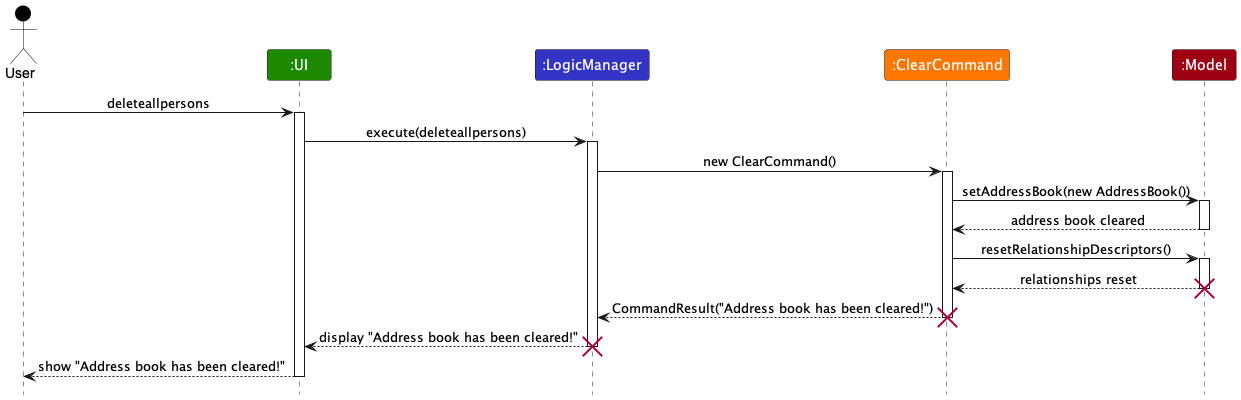
The PlantUML diagram docs/images/ClearSequenceDiagram.png in Emberlynn-Loo/tp, before a commit.
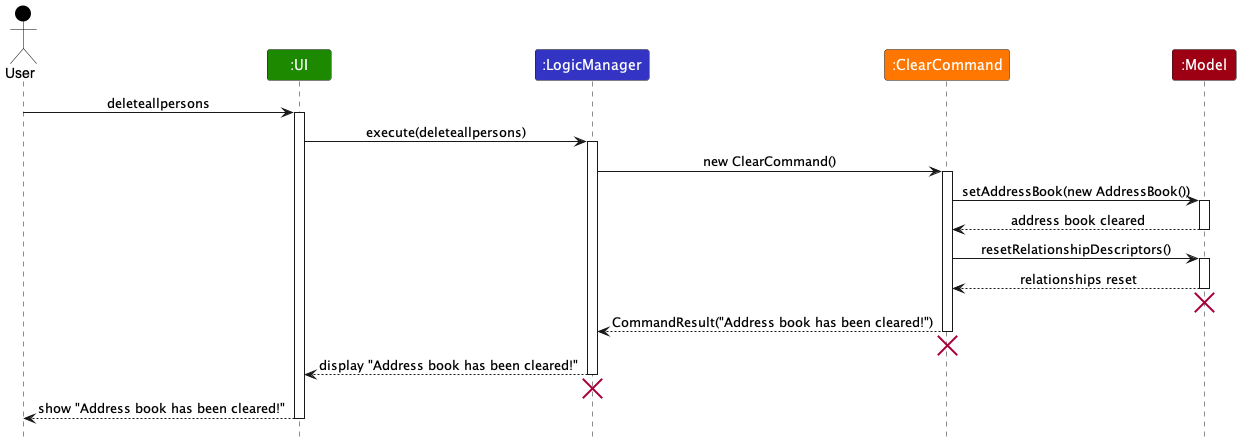
After the change.

The edit, as a diff of the source:
```diff
@@ -27,14 +27,17 @@
 activate model
 model --> clearCommand : relationships reset
 deactivate model
+model --[HIDDEN]> clearCommand
 destroy model
 
 clearCommand --> logic : CommandResult("Address book has been cleared!")
 deactivate clearCommand
+clearCommand --[hidden]> logic
 destroy clearCommand
 
 logic --> ui : display "Address book has been cleared!"
 deactivate logic
+logic --[hidden]> ui
 destroy logic
 
 ui --> user : show "Address book has been cleared!"
```
